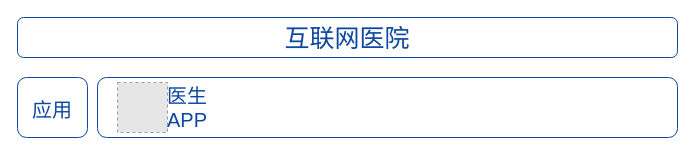
This is jbh/互联网医院整体架构.drawio from GitHeP/diagrams, a draw.io file, before an edit. Source tidied: cells renumbered, new cells numbered last; positions are measured from the earlier drawing's top-left corner, leaving out a move shared by most shapes. Both pictures are drawn from the tidied source at 100%, with x=0, y=0 at pixel (17, 17). Pictures stored in the file or linked from it are replaced by grey dashed boxes.
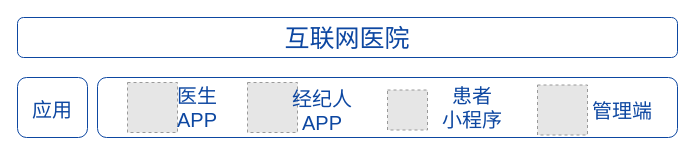
Above is the later version.

Commit message (it also covers changes not shown here):
更新互联网医院整体架构.drawio

Change to the diagram source:
```diff
@@
 <mxGraphModel>
   <root>
     <mxCell id="0" />
     <mxCell id="1" parent="0" />
     <mxCell id="2" value="&lt;font color=&quot;#0d47a1&quot; style=&quot;font-size: 25px;&quot;&gt;互联网医院&lt;/font&gt;" style="rounded=1;whiteSpace=wrap;html=1;strokeColor=#0D47A1;" parent="1" vertex="1">
       <mxGeometry width="660" height="40" as="geometry" />
     </mxCell>
     <mxCell id="3" value="&lt;span style=&quot;font-size: 20px;&quot;&gt;应用&lt;/span&gt;" style="rounded=1;whiteSpace=wrap;html=1;fontSize=25;fontColor=#0D47A1;strokeColor=#0D47A1;" parent="1" vertex="1">
       <mxGeometry y="60" width="70" height="60" as="geometry" />
     </mxCell>
     <mxCell id="4" style="rounded=1;whiteSpace=wrap;html=1;fontSize=20;fontColor=#0D47A1;strokeColor=#0D47A1;" parent="1" vertex="1">
       <mxGeometry x="80" y="60" width="580" height="60" as="geometry" />
     </mxCell>
     <mxCell id="5" style="fillColor=#E6E6E6;strokeColor=#999999;dashed=1;html=1;verticalAlign=top;verticalLabelPosition=bottom;labelBackgroundColor=#ffffff;fontSize=20;fontColor=#0D47A1;" parent="1" vertex="1">
-      <mxGeometry x="100" y="65" width="50" height="50" as="geometry" />
+      <mxGeometry x="110" y="65" width="50" height="50" as="geometry" />
     </mxCell>
     <mxCell id="6" value="医生APP" style="text;html=1;strokeColor=none;fillColor=none;align=center;verticalAlign=middle;whiteSpace=wrap;rounded=0;fontSize=20;fontColor=#0D47A1;" parent="1" vertex="1">
-      <mxGeometry x="140" y="75" width="60" height="30" as="geometry" />
+      <mxGeometry x="150" y="75" width="60" height="30" as="geometry" />
     </mxCell>
+    <mxCell id="7" style="fillColor=#E6E6E6;strokeColor=#999999;dashed=1;html=1;verticalAlign=top;verticalLabelPosition=bottom;labelBackgroundColor=#ffffff;fontSize=20;fontColor=#0D47A1;" parent="1" vertex="1">
+      <mxGeometry x="230" y="65" width="50" height="50" as="geometry" />
+    </mxCell>
+    <mxCell id="8" value="经纪人APP" style="text;html=1;strokeColor=none;fillColor=none;align=center;verticalAlign=middle;whiteSpace=wrap;rounded=0;fontSize=20;fontColor=#0D47A1;" parent="1" vertex="1">
+      <mxGeometry x="270" y="75" width="70" height="35" as="geometry" />
+    </mxCell>
+    <mxCell id="9" style="fillColor=#E6E6E6;strokeColor=#999999;dashed=1;html=1;verticalAlign=top;verticalLabelPosition=bottom;labelBackgroundColor=#ffffff;fontSize=20;fontColor=#0D47A1;" parent="1" vertex="1">
+      <mxGeometry x="370" y="72.5" width="40" height="40" as="geometry" />
+    </mxCell>
+    <mxCell id="10" value="患者&lt;br&gt;小程序" style="text;html=1;strokeColor=none;fillColor=none;align=center;verticalAlign=middle;whiteSpace=wrap;rounded=0;fontSize=20;fontColor=#0D47A1;" parent="1" vertex="1">
+      <mxGeometry x="420" y="72.5" width="70" height="35" as="geometry" />
+    </mxCell>
+    <mxCell id="11" style="fillColor=#E6E6E6;strokeColor=#999999;dashed=1;html=1;verticalAlign=top;verticalLabelPosition=bottom;labelBackgroundColor=#ffffff;fontSize=20;fontColor=#0D47A1;" parent="1" vertex="1">
+      <mxGeometry x="520" y="67.5" width="50" height="50" as="geometry" />
+    </mxCell>
+    <mxCell id="12" value="管理端" style="text;html=1;strokeColor=none;fillColor=none;align=center;verticalAlign=middle;whiteSpace=wrap;rounded=0;fontSize=20;fontColor=#0D47A1;" parent="1" vertex="1">
+      <mxGeometry x="570" y="75" width="70" height="35" as="geometry" />
+    </mxCell>
   </root>
 </mxGraphModel>
```
